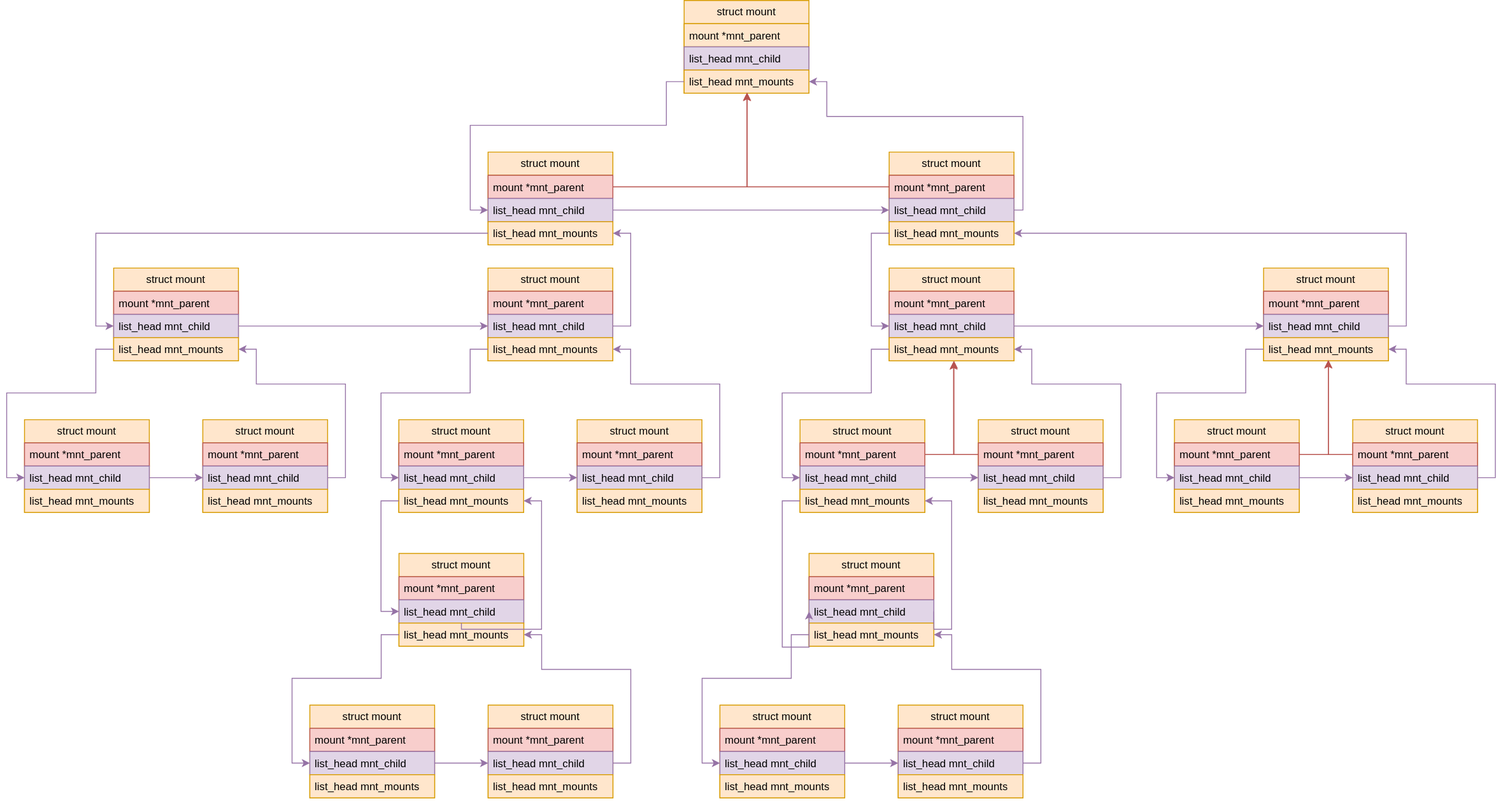
This is images/kernel/ns-mnt-hierarchy.svg from jemmy512/book-notes, a draw.io export, as it was before one commit. Source tidied: cells renumbered, new cells last; positions are measured from the earlier drawing's top-left corner, leaving out a move shared by most shapes.
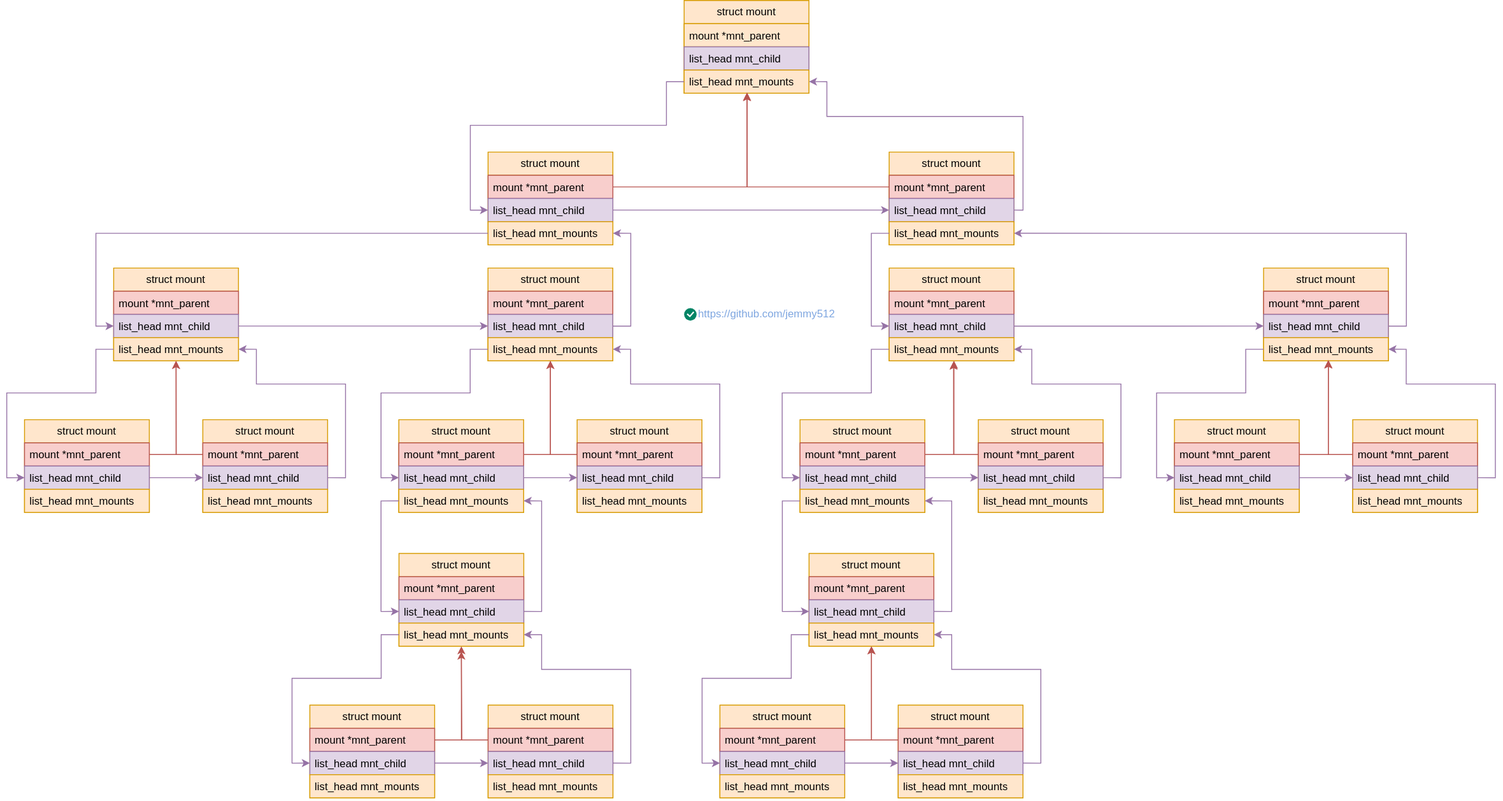
After the commit.

Diff of the diagram source:
```diff
@@ -1,4 +1,4 @@
-<mxGraphModel>
+<mxGraphModel background="#ffffff">
   <root>
     <mxCell id="0" />
     <mxCell id="1" parent="0" />
@@ -206,6 +206,11 @@
     <mxCell id="55" value="struct mount" style="swimlane;fontStyle=0;horizontal=1;startSize=26;fillColor=#ffe6cc;whiteSpace=wrap;html=1;swimlaneFillColor=none;strokeColor=#d79b00;" parent="1" vertex="1">
       <mxGeometry x="540.1" y="790" width="140" height="104" as="geometry" />
     </mxCell>
+    <mxCell id="123" style="edgeStyle=orthogonalEdgeStyle;shape=connector;rounded=0;jettySize=auto;html=1;strokeColor=#b85450;align=center;verticalAlign=middle;fontFamily=Helvetica;fontSize=11;fontColor=default;labelBackgroundColor=default;endArrow=classic;fillColor=#f8cecc;" parent="55" edge="1" source="56">
+      <mxGeometry relative="1" as="geometry">
+        <mxPoint x="-30.1" y="-60" as="targetPoint" />
+      </mxGeometry>
+    </mxCell>
     <mxCell id="56" value="mount *mnt_parent" style="text;strokeColor=#b85450;fillColor=#f8cecc;align=left;verticalAlign=top;spacingLeft=4;spacingRight=4;overflow=hidden;points=[[0,0.5],[1,0.5]];portConstraint=eastwest;whiteSpace=wrap;html=1;" parent="55" vertex="1">
       <mxGeometry y="26" width="140" height="26" as="geometry" />
     </mxCell>
@@ -314,10 +319,10 @@
     <mxCell id="80" style="edgeStyle=orthogonalEdgeStyle;rounded=0;jettySize=auto;html=1;entryX=0;entryY=0.5;entryDx=0;entryDy=0;fillColor=#e1d5e7;strokeColor=#9673a6;exitX=0;exitY=0.5;exitDx=0;exitDy=0;" parent="1" edge="1" source="24" target="49">
       <mxGeometry relative="1" as="geometry" />
     </mxCell>
-    <mxCell id="81" style="edgeStyle=orthogonalEdgeStyle;rounded=0;jettySize=auto;html=1;entryX=1;entryY=0.5;entryDx=0;entryDy=0;fillColor=#e1d5e7;strokeColor=#9673a6;" parent="1" edge="1" source="49" target="24">
+    <mxCell id="81" style="edgeStyle=orthogonalEdgeStyle;rounded=0;jettySize=auto;html=1;entryX=1;entryY=0.5;entryDx=0;entryDy=0;fillColor=#e1d5e7;strokeColor=#9673a6;exitX=1;exitY=0.5;exitDx=0;exitDy=0;" parent="1" edge="1" source="49" target="24">
       <mxGeometry relative="1" as="geometry">
         <Array as="points">
-          <mxPoint x="600" y="705" />
+          <mxPoint x="600" y="685" />
           <mxPoint x="600" y="561" />
         </Array>
       </mxGeometry>
@@ -326,14 +331,14 @@
       <mxGeometry relative="1" as="geometry">
         <Array as="points">
           <mxPoint x="870" y="561" />
-          <mxPoint x="870" y="725" />
+          <mxPoint x="870" y="685" />
         </Array>
       </mxGeometry>
     </mxCell>
     <mxCell id="83" style="edgeStyle=orthogonalEdgeStyle;rounded=0;jettySize=auto;html=1;entryX=1;entryY=0.5;entryDx=0;entryDy=0;fillColor=#e1d5e7;strokeColor=#9673a6;exitX=1;exitY=0.5;exitDx=0;exitDy=0;" parent="1" edge="1" source="64" target="39">
       <mxGeometry relative="1" as="geometry">
         <Array as="points">
-          <mxPoint x="1060" y="705" />
+          <mxPoint x="1060" y="685" />
           <mxPoint x="1060" y="561" />
         </Array>
       </mxGeometry>
@@ -488,5 +493,32 @@
     <mxCell id="122" style="edgeStyle=orthogonalEdgeStyle;rounded=0;jettySize=auto;html=1;entryX=0.504;entryY=0.995;entryDx=0;entryDy=0;entryPerimeter=0;fillColor=#f8cecc;strokeColor=#b85450;" parent="1" edge="1" source="7" target="5">
       <mxGeometry relative="1" as="geometry" />
     </mxCell>
+    <mxCell id="124" value="https://github.com/jemmy512" style="fillColor=none;strokeColor=none;html=1;fontColor=#7EA6E0;align=left;fontSize=12;sketch=0;" parent="1" vertex="1">
+      <mxGeometry x="773.9" y="348" width="46" height="8" as="geometry" />
+    </mxCell>
+    <mxCell id="125" style="html=1;shadow=0;dashed=0;shape=mxgraph.atlassian.checkbox;fillColor=#008465;strokeColor=none;html=1;sketch=0;" parent="1" vertex="1">
+      <mxGeometry x="759.9" y="345" width="14" height="14" as="geometry" />
+    </mxCell>
+    <mxCell id="126" style="edgeStyle=orthogonalEdgeStyle;shape=connector;rounded=0;jettySize=auto;html=1;entryX=0.5;entryY=1;entryDx=0;entryDy=0;strokeColor=#b85450;align=center;verticalAlign=middle;fontFamily=Helvetica;fontSize=11;fontColor=default;labelBackgroundColor=default;endArrow=classic;fillColor=#f8cecc;" parent="1" edge="1" source="90" target="85">
+      <mxGeometry relative="1" as="geometry" />
+    </mxCell>
+    <mxCell id="127" style="edgeStyle=orthogonalEdgeStyle;shape=connector;rounded=0;jettySize=auto;html=1;entryX=0.5;entryY=1;entryDx=0;entryDy=0;strokeColor=#b85450;align=center;verticalAlign=middle;fontFamily=Helvetica;fontSize=11;fontColor=default;labelBackgroundColor=default;endArrow=classic;fillColor=#f8cecc;" parent="1" edge="1" source="94" target="85">
+      <mxGeometry relative="1" as="geometry" />
+    </mxCell>
+    <mxCell id="128" style="edgeStyle=orthogonalEdgeStyle;shape=connector;rounded=0;jettySize=auto;html=1;entryX=0.5;entryY=1;entryDx=0;entryDy=0;strokeColor=#b85450;align=center;verticalAlign=middle;fontFamily=Helvetica;fontSize=11;fontColor=default;labelBackgroundColor=default;endArrow=classic;fillColor=#f8cecc;" parent="1" edge="1" source="22" target="17">
+      <mxGeometry relative="1" as="geometry" />
+    </mxCell>
+    <mxCell id="129" style="edgeStyle=orthogonalEdgeStyle;shape=connector;rounded=0;jettySize=auto;html=1;entryX=0.5;entryY=1;entryDx=0;entryDy=0;strokeColor=#b85450;align=center;verticalAlign=middle;fontFamily=Helvetica;fontSize=11;fontColor=default;labelBackgroundColor=default;endArrow=classic;fillColor=#f8cecc;" parent="1" edge="1" source="67" target="62">
+      <mxGeometry relative="1" as="geometry" />
+    </mxCell>
+    <mxCell id="130" style="edgeStyle=orthogonalEdgeStyle;shape=connector;rounded=0;jettySize=auto;html=1;entryX=0.5;entryY=1;entryDx=0;entryDy=0;strokeColor=#b85450;align=center;verticalAlign=middle;fontFamily=Helvetica;fontSize=11;fontColor=default;labelBackgroundColor=default;endArrow=classic;fillColor=#f8cecc;" parent="1" edge="1" source="71" target="62">
+      <mxGeometry relative="1" as="geometry" />
+    </mxCell>
+    <mxCell id="131" style="edgeStyle=orthogonalEdgeStyle;shape=connector;rounded=0;jettySize=auto;html=1;entryX=0.5;entryY=1;entryDx=0;entryDy=0;strokeColor=#b85450;align=center;verticalAlign=middle;fontFamily=Helvetica;fontSize=11;fontColor=default;labelBackgroundColor=default;endArrow=classic;fillColor=#f8cecc;" parent="1" edge="1" source="52" target="47">
+      <mxGeometry relative="1" as="geometry" />
+    </mxCell>
+    <mxCell id="132" style="edgeStyle=orthogonalEdgeStyle;shape=connector;rounded=0;jettySize=auto;html=1;strokeColor=#b85450;align=center;verticalAlign=middle;fontFamily=Helvetica;fontSize=11;fontColor=default;labelBackgroundColor=default;endArrow=classic;fillColor=#f8cecc;entryX=0.5;entryY=1;entryDx=0;entryDy=0;" parent="1" edge="1" source="26" target="17">
+      <mxGeometry relative="1" as="geometry" />
+    </mxCell>
   </root>
 </mxGraphModel>
```
